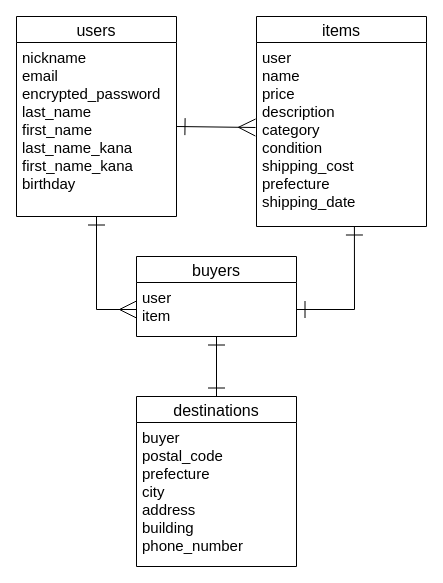
Earlier version of the draw.io diagram app/furima.dio (Kaz051/furima-35591). Source tidied: cells renumbered, new cells numbered last; positions are measured from the earlier drawing's top-left corner, leaving out a move shared by most shapes. Both pictures are drawn from the tidied source at 100%, with x=0, y=0 at pixel (16, 16).
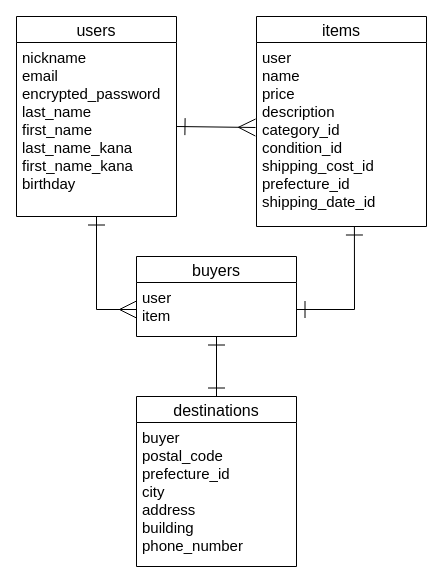
Above is the later version.

Commit message:
ER図作成修正3

Diff of the diagram source:
```diff
@@
 <mxGraphModel>
   <root>
     <mxCell id="0" />
     <mxCell id="1" parent="0" />
     <mxCell id="2" value="users" style="swimlane;fontStyle=0;horizontal=1;startSize=26;align=center;fontSize=16;" parent="1" vertex="1">
       <mxGeometry width="160" height="200" as="geometry" />
     </mxCell>
     <mxCell id="3" value="nickname&#10;email&#10;encrypted_password&#10;last_name&#10;first_name&#10;last_name_kana&#10;first_name_kana&#10;birthday" style="text;strokeColor=none;fillColor=none;spacingLeft=4;spacingRight=4;overflow=hidden;points=[[0,0.5],[1,0.5]];portConstraint=eastwest;fontSize=15;" parent="2" vertex="1">
       <mxGeometry y="26" width="160" height="174" as="geometry" />
     </mxCell>
     <mxCell id="4" value="items" style="swimlane;fontStyle=0;horizontal=1;startSize=26;align=center;fontSize=16;" parent="1" vertex="1">
       <mxGeometry x="240" width="170" height="210" as="geometry" />
     </mxCell>
-    <mxCell id="5" value="user&#10;name&#10;price&#10;description&#10;category&#10;condition&#10;shipping_cost&#10;prefecture&#10;shipping_date" style="text;strokeColor=none;fillColor=none;spacingLeft=4;spacingRight=4;overflow=hidden;points=[[0,0.5],[1,0.5]];portConstraint=eastwest;fontSize=15;" parent="4" vertex="1">
+    <mxCell id="5" value="user&#10;name&#10;price&#10;description&#10;category_id&#10;condition_id&#10;shipping_cost_id&#10;prefecture_id&#10;shipping_date_id" style="text;strokeColor=none;fillColor=none;spacingLeft=4;spacingRight=4;overflow=hidden;points=[[0,0.5],[1,0.5]];portConstraint=eastwest;fontSize=15;" parent="4" vertex="1">
       <mxGeometry y="26" width="170" height="184" as="geometry" />
     </mxCell>
     <mxCell id="6" value="buyers" style="swimlane;fontStyle=0;horizontal=1;startSize=26;align=center;fontSize=16;" parent="1" vertex="1">
       <mxGeometry x="120" y="240" width="160" height="80" as="geometry" />
     </mxCell>
     <mxCell id="7" value="user&#10;item" style="text;strokeColor=none;fillColor=none;spacingLeft=4;spacingRight=4;overflow=hidden;points=[[0,0.5],[1,0.5]];portConstraint=eastwest;fontSize=15;" parent="6" vertex="1">
       <mxGeometry y="26" width="160" height="54" as="geometry" />
     </mxCell>
     <mxCell id="8" style="edgeStyle=none;rounded=0;jettySize=auto;html=1;exitX=0.5;exitY=0;exitDx=0;exitDy=0;startArrow=ERone;startFill=0;startSize=15;endArrow=ERone;endFill=0;endSize=15;" parent="1" edge="1" source="9" target="7">
       <mxGeometry relative="1" as="geometry" />
     </mxCell>
     <mxCell id="9" value="destinations" style="swimlane;fontStyle=0;horizontal=1;startSize=26;align=center;fontSize=16;" parent="1" vertex="1">
       <mxGeometry x="120" y="380" width="160" height="170" as="geometry" />
     </mxCell>
-    <mxCell id="10" value="buyer &#10;postal_code&#10;prefecture&#10;city&#10;address&#10;building&#10;phone_number" style="text;strokeColor=none;fillColor=none;spacingLeft=4;spacingRight=4;overflow=hidden;fontSize=15;" parent="9" vertex="1">
+    <mxCell id="10" value="buyer &#10;postal_code&#10;prefecture_id&#10;city&#10;address&#10;building&#10;phone_number" style="text;strokeColor=none;fillColor=none;spacingLeft=4;spacingRight=4;overflow=hidden;fontSize=15;" parent="9" vertex="1">
       <mxGeometry y="26" width="160" height="144" as="geometry" />
     </mxCell>
     <mxCell id="11" style="edgeStyle=none;rounded=0;jettySize=auto;html=1;entryX=-0.006;entryY=0.462;entryDx=0;entryDy=0;entryPerimeter=0;startArrow=ERone;startFill=0;endSize=15;startSize=15;endArrow=ERmany;endFill=0;" parent="1" edge="1" target="5">
       <mxGeometry relative="1" as="geometry">
         <mxPoint x="160" y="110" as="sourcePoint" />
       </mxGeometry>
     </mxCell>
     <mxCell id="12" style="edgeStyle=none;rounded=0;jettySize=auto;html=1;exitX=0;exitY=0.5;exitDx=0;exitDy=0;startArrow=ERmany;startFill=0;startSize=15;endArrow=ERone;endFill=0;endSize=15;" parent="1" edge="1" source="7" target="3">
       <mxGeometry relative="1" as="geometry">
         <Array as="points">
           <mxPoint x="80" y="293" />
         </Array>
       </mxGeometry>
     </mxCell>
     <mxCell id="13" style="edgeStyle=none;rounded=0;jettySize=auto;html=1;exitX=1;exitY=0.5;exitDx=0;exitDy=0;entryX=0.576;entryY=1;entryDx=0;entryDy=0;entryPerimeter=0;startArrow=ERone;startFill=0;startSize=15;endArrow=ERone;endFill=0;endSize=15;" parent="1" edge="1" source="7" target="5">
       <mxGeometry relative="1" as="geometry">
         <Array as="points">
           <mxPoint x="338" y="293" />
         </Array>
       </mxGeometry>
     </mxCell>
   </root>
 </mxGraphModel>
```
